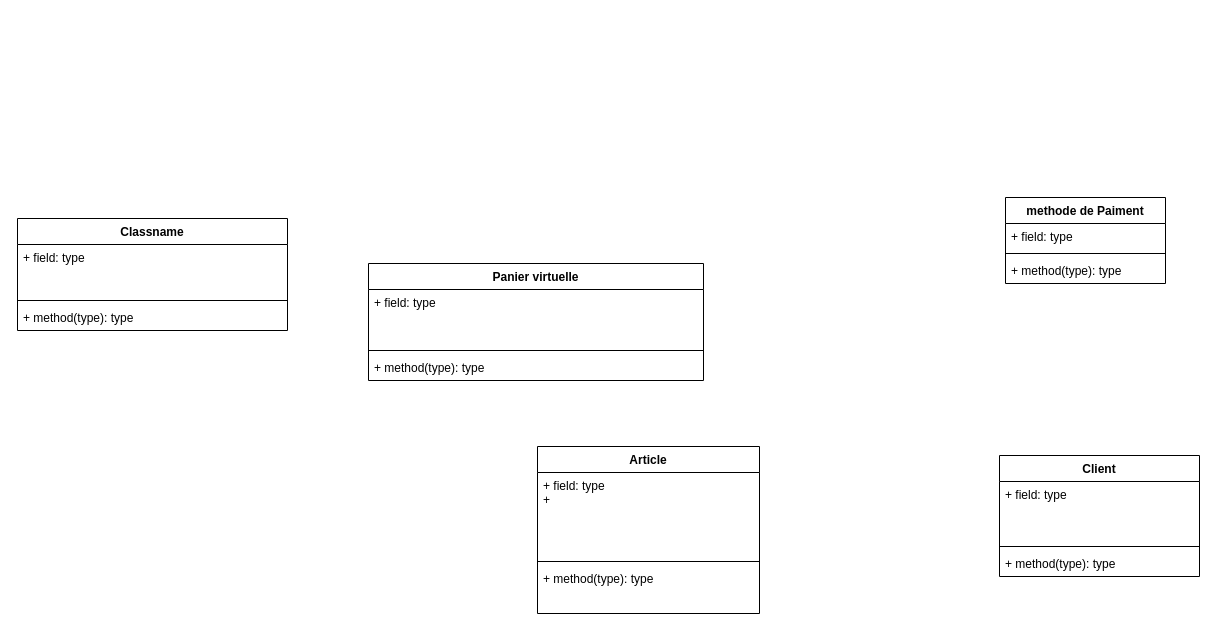
The draw.io diagram page "Page-1" (1 of 2) of TP4.drawio in franck-code/tests, before the edit. Source tidied: cells renumbered, new cells numbered last; positions are measured from the earlier drawing's top-left corner, leaving out a move shared by most shapes. Both pictures are drawn from the tidied source at 100%, with x=0, y=0 at pixel (17, 197).
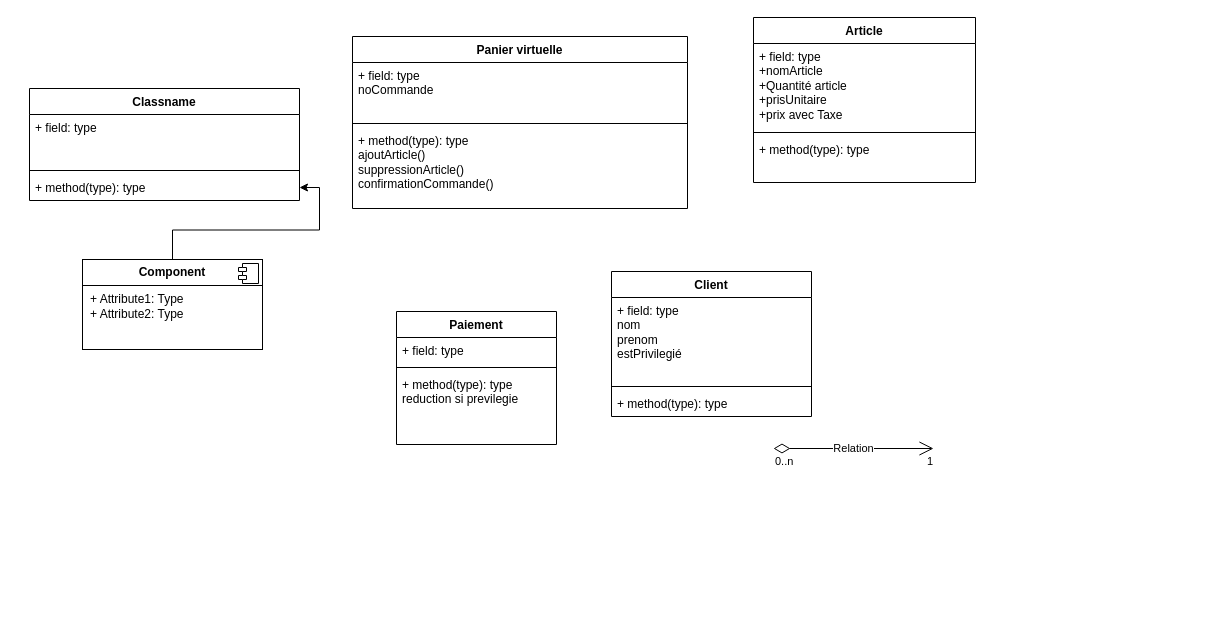
The same diagram, later.

The change refers to these unchanged cells:
```xml
<mxCell id="21" value="+ method(type): type" style="text;strokeColor=none;fillColor=none;align=left;verticalAlign=top;spacingLeft=4;spacingRight=4;overflow=hidden;points=[[0,0.5],[1,0.5]];portConstraint=eastwest;whiteSpace=wrap;html=1;" parent="18" vertex="1">
  <mxGeometry y="86" width="270" height="26" as="geometry" />
</mxCell>
```

The edit, as a diff of the source:
```diff
@@
     <mxCell id="2" value="Article" style="swimlane;fontStyle=1;align=center;verticalAlign=top;horizontal=1;startSize=26;whiteSpace=wrap;html=1;" parent="1" vertex="1">
-      <mxGeometry x="520" y="249" width="222" height="167" as="geometry" />
+      <mxGeometry x="736" y="-180" width="222" height="165" as="geometry" />
     </mxCell>
-    <mxCell id="3" value="+ field: type&lt;div&gt;+&lt;/div&gt;" style="text;strokeColor=none;fillColor=none;align=left;verticalAlign=top;spacingLeft=4;spacingRight=4;overflow=hidden;whiteSpace=wrap;html=1;" parent="2" vertex="1">
+    <mxCell id="3" value="+ field: type&lt;div&gt;+nomArticle&lt;br&gt;+Quantité article&lt;br&gt;+prisUnitaire&lt;br&gt;+prix avec Taxe&lt;br&gt;&lt;br&gt;&lt;/div&gt;" style="text;strokeColor=none;fillColor=none;align=left;verticalAlign=top;spacingLeft=4;spacingRight=4;overflow=hidden;whiteSpace=wrap;html=1;" parent="2" vertex="1">
       <mxGeometry y="26" width="222" height="85" as="geometry" />
     </mxCell>
@@
     <mxCell id="5" value="+ method(type): type" style="text;strokeColor=none;fillColor=none;align=left;verticalAlign=top;spacingLeft=4;spacingRight=4;overflow=hidden;whiteSpace=wrap;html=1;" parent="2" vertex="1">
-      <mxGeometry y="119" width="222" height="48" as="geometry" />
+      <mxGeometry y="119" width="222" height="46" as="geometry" />
     </mxCell>
     <mxCell id="6" value="Client" style="swimlane;fontStyle=1;align=center;verticalAlign=top;horizontal=1;startSize=26;whiteSpace=wrap;html=1;" parent="1" vertex="1">
-      <mxGeometry x="982" y="258" width="200" height="121" as="geometry" />
+      <mxGeometry x="594" y="74" width="200" height="145" as="geometry" />
     </mxCell>
-    <mxCell id="7" value="+ field: type" style="text;strokeColor=none;fillColor=none;align=left;verticalAlign=top;spacingLeft=4;spacingRight=4;overflow=hidden;whiteSpace=wrap;html=1;" parent="6" vertex="1">
-      <mxGeometry y="26" width="200" height="61" as="geometry" />
+    <mxCell id="7" value="+ field: type&lt;div&gt;nom&lt;/div&gt;&lt;div&gt;prenom&lt;br&gt;&lt;div&gt;estPrivilegié&lt;/div&gt;&lt;/div&gt;" style="text;strokeColor=none;fillColor=none;align=left;verticalAlign=top;spacingLeft=4;spacingRight=4;overflow=hidden;whiteSpace=wrap;html=1;" parent="6" vertex="1">
+      <mxGeometry y="26" width="200" height="85" as="geometry" />
     </mxCell>
     <mxCell id="8" style="line;strokeWidth=1;fillColor=none;align=left;verticalAlign=middle;spacingTop=-1;spacingLeft=3;spacingRight=3;labelPosition=right;strokeColor=inherit;" parent="6" vertex="1">
-      <mxGeometry y="87" width="200" height="8" as="geometry" />
+      <mxGeometry y="111" width="200" height="8" as="geometry" />
     </mxCell>
     <mxCell id="9" value="+ method(type): type" style="text;strokeColor=none;fillColor=none;align=left;verticalAlign=top;spacingLeft=4;spacingRight=4;overflow=hidden;whiteSpace=wrap;html=1;" parent="6" vertex="1">
-      <mxGeometry y="95" width="200" height="26" as="geometry" />
+      <mxGeometry y="119" width="200" height="26" as="geometry" />
     </mxCell>
     <mxCell id="10" value="Panier virtuelle" style="swimlane;fontStyle=1;align=center;verticalAlign=top;horizontal=1;startSize=26;whiteSpace=wrap;html=1;" parent="1" vertex="1">
-      <mxGeometry x="351" y="66" width="335" height="117" as="geometry" />
+      <mxGeometry x="335" y="-161" width="335" height="172" as="geometry" />
     </mxCell>
-    <mxCell id="11" value="+ field: type" style="text;strokeColor=none;fillColor=none;align=left;verticalAlign=top;spacingLeft=4;spacingRight=4;overflow=hidden;whiteSpace=wrap;html=1;" parent="10" vertex="1">
+    <mxCell id="11" value="+ field: type&lt;div&gt;noCommande&lt;/div&gt;" style="text;strokeColor=none;fillColor=none;align=left;verticalAlign=top;spacingLeft=4;spacingRight=4;overflow=hidden;whiteSpace=wrap;html=1;" parent="10" vertex="1">
       <mxGeometry y="26" width="335" height="57" as="geometry" />
     </mxCell>
@@
-    <mxCell id="13" value="+ method(type): type" style="text;strokeColor=none;fillColor=none;align=left;verticalAlign=top;spacingLeft=4;spacingRight=4;overflow=hidden;whiteSpace=wrap;html=1;" parent="10" vertex="1">
-      <mxGeometry y="91" width="335" height="26" as="geometry" />
+    <mxCell id="13" value="+ method(type): type&lt;div&gt;ajoutArticle()&lt;/div&gt;&lt;div&gt;suppressionArticle()&lt;/div&gt;&lt;div&gt;confirmationCommande()&lt;/div&gt;" style="text;strokeColor=none;fillColor=none;align=left;verticalAlign=top;spacingLeft=4;spacingRight=4;overflow=hidden;whiteSpace=wrap;html=1;" parent="10" vertex="1">
+      <mxGeometry y="91" width="335" height="81" as="geometry" />
     </mxCell>
-    <mxCell id="14" value="methode de Paiment" style="swimlane;fontStyle=1;align=center;verticalAlign=top;horizontal=1;startSize=26;whiteSpace=wrap;html=1;" parent="1" vertex="1">
-      <mxGeometry x="988" width="160" height="86" as="geometry" />
+    <mxCell id="14" value="Paiement" style="swimlane;fontStyle=1;align=center;verticalAlign=top;horizontal=1;startSize=26;whiteSpace=wrap;html=1;" parent="1" vertex="1">
+      <mxGeometry x="379" y="114" width="160" height="133" as="geometry" />
     </mxCell>
@@
-    <mxCell id="17" value="+ method(type): type" style="text;strokeColor=none;fillColor=none;align=left;verticalAlign=top;spacingLeft=4;spacingRight=4;overflow=hidden;whiteSpace=wrap;html=1;" parent="14" vertex="1">
-      <mxGeometry y="60" width="160" height="26" as="geometry" />
+    <mxCell id="17" value="+ method(type): type&lt;div&gt;reduction si previlegie&lt;/div&gt;" style="text;strokeColor=none;fillColor=none;align=left;verticalAlign=top;spacingLeft=4;spacingRight=4;overflow=hidden;whiteSpace=wrap;html=1;" parent="14" vertex="1">
+      <mxGeometry y="60" width="160" height="73" as="geometry" />
     </mxCell>
     <mxCell id="18" value="Classname" style="swimlane;fontStyle=1;align=center;verticalAlign=top;horizontal=1;startSize=26;whiteSpace=wrap;html=1;" parent="1" vertex="1">
-      <mxGeometry y="21" width="270" height="112" as="geometry" />
+      <mxGeometry x="12" y="-109" width="270" height="112" as="geometry" />
     </mxCell>
@@
+    <mxCell id="22" value="Relation" style="endArrow=open;html=1;endSize=12;startArrow=diamondThin;startSize=14;startFill=0;edgeStyle=orthogonalEdgeStyle;rounded=0;" parent="1" edge="1">
+      <mxGeometry relative="1" as="geometry">
+        <mxPoint x="756" y="251" as="sourcePoint" />
+        <mxPoint x="916" y="251" as="targetPoint" />
+      </mxGeometry>
+    </mxCell>
+    <mxCell id="23" value="0..n" style="edgeLabel;html=1;align=left;verticalAlign=top;" parent="22" vertex="1">
+      <mxGeometry x="-1" relative="1" as="geometry" />
+    </mxCell>
+    <mxCell id="24" value="1" style="edgeLabel;html=1;align=right;verticalAlign=top;" parent="22" vertex="1">
+      <mxGeometry x="1" relative="1" as="geometry" />
+    </mxCell>
+    <mxCell id="25" style="edgeStyle=orthogonalEdgeStyle;rounded=0;jettySize=auto;html=1;" parent="1" edge="1" source="26" target="21">
+      <mxGeometry relative="1" as="geometry" />
+    </mxCell>
+    <mxCell id="26" value="&lt;p style=&quot;margin:0px;margin-top:6px;text-align:center;&quot;&gt;&lt;b&gt;Component&lt;/b&gt;&lt;/p&gt;&lt;hr size=&quot;1&quot; style=&quot;border-style:solid;&quot;/&gt;&lt;p style=&quot;margin:0px;margin-left:8px;&quot;&gt;+ Attribute1: Type&lt;br/&gt;+ Attribute2: Type&lt;/p&gt;" style="align=left;overflow=fill;html=1;whiteSpace=wrap;" parent="1" vertex="1">
+      <mxGeometry x="65" y="62" width="180" height="90" as="geometry" />
+    </mxCell>
+    <mxCell id="27" style="shape=component;jettyWidth=8;jettyHeight=4;" parent="26" vertex="1">
+      <mxGeometry x="1" width="20" height="20" relative="1" as="geometry">
+        <mxPoint x="-24" y="4" as="offset" />
+      </mxGeometry>
+    </mxCell>
```
